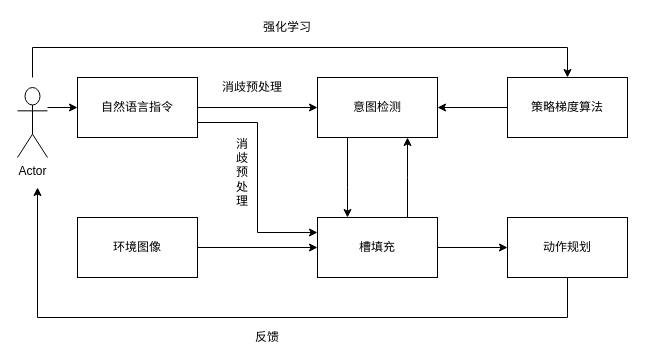
The draw.io diagram 项目流程图.drawio in jeave/-, before the edit. Source tidied: cells renumbered, new cells numbered last; positions are measured from the earlier drawing's top-left corner, leaving out a move shared by most shapes. Both pictures are drawn from the tidied source at 100%, with x=0, y=0 at pixel (17, 17).
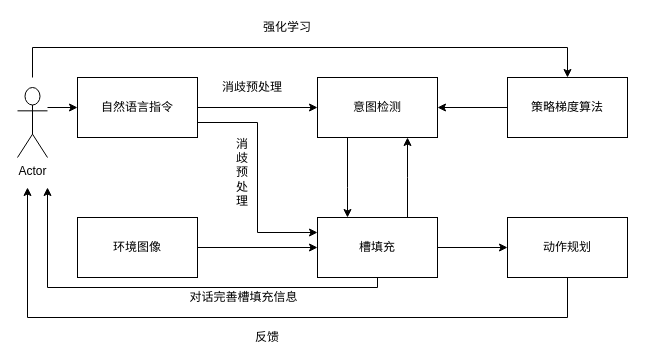
After the change.

Commit message:
更新项目流程图.drawio

Unchanged cells that the change refers to:
```xml
<mxCell id="12" value="槽填充" style="rounded=0;whiteSpace=wrap;html=1;" parent="1" vertex="1">
  <mxGeometry x="300" y="200" width="120" height="60" as="geometry" />
</mxCell>
<mxCell id="14" value="动作规划" style="rounded=0;whiteSpace=wrap;html=1;" parent="1" vertex="1">
  <mxGeometry x="490" y="200" width="120" height="60" as="geometry" />
</mxCell>
```

What changed in the source:
```diff
@@
+    <mxCell id="23" style="edgeStyle=orthogonalEdgeStyle;rounded=0;jettySize=auto;html=1;" parent="1" edge="1" source="12">
+      <mxGeometry relative="1" as="geometry">
+        <mxPoint x="30" y="170" as="targetPoint" />
+        <Array as="points">
+          <mxPoint x="360" y="270" />
+          <mxPoint x="30" y="270" />
+        </Array>
+      </mxGeometry>
+    </mxCell>
@@
     <mxCell id="13" style="edgeStyle=orthogonalEdgeStyle;rounded=0;jettySize=auto;html=1;" parent="1" edge="1" source="14">
       <mxGeometry relative="1" as="geometry">
-        <mxPoint x="20" y="170" as="targetPoint" />
+        <mxPoint x="10" y="170" as="targetPoint" />
         <Array as="points">
           <mxPoint x="550" y="300" />
-          <mxPoint x="20" y="300" />
+          <mxPoint x="10" y="300" />
         </Array>
       </mxGeometry>
     </mxCell>
@@
+    <mxCell id="24" value="对话完善槽填充信息" style="text;html=1;strokeColor=none;fillColor=none;align=center;verticalAlign=middle;whiteSpace=wrap;rounded=0;" parent="1" vertex="1">
+      <mxGeometry x="170" y="270" width="112.5" height="20" as="geometry" />
+    </mxCell>
```
